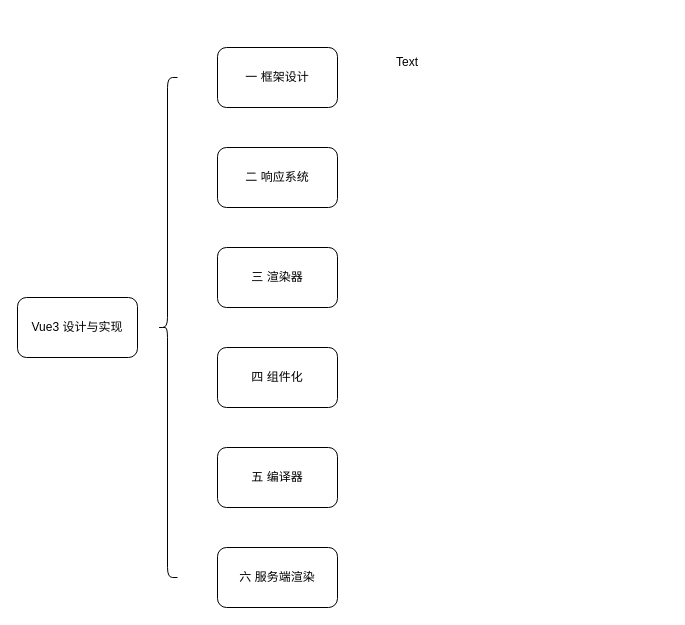
Above: vue3.drawio in Zx1999/draw (draw.io), before the change. Source tidied: cells renumbered, new cells numbered last; positions are measured from the earlier drawing's top-left corner, leaving out a move shared by most shapes. Both pictures are drawn from the tidied source at 100%, with x=0, y=0 at pixel (17, 47).
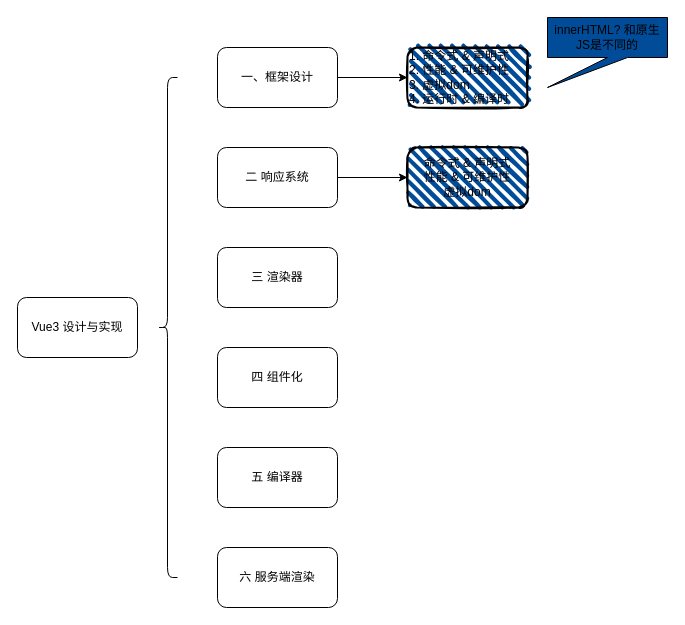
The same diagram, later.

What changed in the source:
```diff
@@
 <mxGraphModel>
   <root>
     <mxCell id="0" />
     <mxCell id="1" parent="0" />
     <mxCell id="2" value="Vue3 设计与实现" style="rounded=1;whiteSpace=wrap;html=1;" parent="1" vertex="1">
       <mxGeometry y="250" width="120" height="60" as="geometry" />
     </mxCell>
+    <mxCell id="11" style="edgeStyle=none;html=1;exitX=1;exitY=0.5;exitDx=0;exitDy=0;entryX=0;entryY=0.5;entryDx=0;entryDy=0;" parent="1" edge="1" source="3" target="12">
+      <mxGeometry relative="1" as="geometry" />
+    </mxCell>
-    <mxCell id="3" value="一 框架设计" style="whiteSpace=wrap;html=1;rounded=1;" parent="1" vertex="1">
+    <mxCell id="3" value="一、框架设计" style="whiteSpace=wrap;html=1;rounded=1;" parent="1" vertex="1">
       <mxGeometry x="200" width="120" height="60" as="geometry" />
     </mxCell>
     <mxCell id="4" value="二 响应系统" style="whiteSpace=wrap;html=1;rounded=1;" parent="1" vertex="1">
       <mxGeometry x="200" y="100" width="120" height="60" as="geometry" />
     </mxCell>
     <mxCell id="5" value="三 渲染器" style="whiteSpace=wrap;html=1;rounded=1;" parent="1" vertex="1">
       <mxGeometry x="200" y="200" width="120" height="60" as="geometry" />
     </mxCell>
     <mxCell id="6" value="四 组件化" style="whiteSpace=wrap;html=1;rounded=1;" parent="1" vertex="1">
       <mxGeometry x="200" y="300" width="120" height="60" as="geometry" />
     </mxCell>
     <mxCell id="7" value="五 编译器" style="whiteSpace=wrap;html=1;rounded=1;" parent="1" vertex="1">
       <mxGeometry x="200" y="400" width="120" height="60" as="geometry" />
     </mxCell>
     <mxCell id="8" value="六 服务端渲染" style="whiteSpace=wrap;html=1;rounded=1;" parent="1" vertex="1">
       <mxGeometry x="200" y="500" width="120" height="60" as="geometry" />
     </mxCell>
     <mxCell id="9" style="shape=curlyBracket;whiteSpace=wrap;html=1;rounded=1;labelPosition=left;verticalLabelPosition=middle;align=right;verticalAlign=middle;" parent="1" vertex="1">
       <mxGeometry x="140" y="30" width="20" height="500" as="geometry" />
     </mxCell>
-    <mxCell id="10" value="Text" style="text;html=1;align=center;verticalAlign=middle;whiteSpace=wrap;rounded=0;" parent="1" vertex="1">
-      <mxGeometry x="360" width="60" height="30" as="geometry" />
-    </mxCell>
+    <mxCell id="12" value="1. 命令式 &amp;amp; 声明式&lt;br&gt;2. 性能 &amp;amp; 可维护性&lt;br&gt;3. 虚拟dom&lt;br&gt;4. 运行时 &amp;amp; 编译时" style="rounded=1;whiteSpace=wrap;html=1;strokeWidth=2;fillWeight=4;hachureGap=8;hachureAngle=45;fillColor=#004C99;sketch=1;align=left;" parent="1" vertex="1">
+      <mxGeometry x="390" width="120" height="60" as="geometry" />
+    </mxCell>
+    <mxCell id="13" style="edgeStyle=none;html=1;exitX=1;exitY=0.5;exitDx=0;exitDy=0;entryX=0;entryY=0.5;entryDx=0;entryDy=0;" parent="1" edge="1" target="14">
+      <mxGeometry relative="1" as="geometry">
+        <mxPoint x="320" y="130" as="sourcePoint" />
+      </mxGeometry>
+    </mxCell>
+    <mxCell id="14" value="命令式 &amp;amp; 声明式&lt;br&gt;性能 &amp;amp; 可维护性&lt;br&gt;虚拟dom" style="rounded=1;whiteSpace=wrap;html=1;strokeWidth=2;fillWeight=4;hachureGap=8;hachureAngle=45;fillColor=#004C99;sketch=1;" parent="1" vertex="1">
+      <mxGeometry x="390" y="100" width="120" height="60" as="geometry" />
+    </mxCell>
+    <mxCell id="15" value="innerHTML? 和原生JS是不同的" style="shape=callout;whiteSpace=wrap;html=1;perimeter=calloutPerimeter;fillColor=#004C99;position2=0;" parent="1" vertex="1">
+      <mxGeometry x="530" y="-30" width="120" height="70" as="geometry" />
+    </mxCell>
   </root>
 </mxGraphModel>
```
